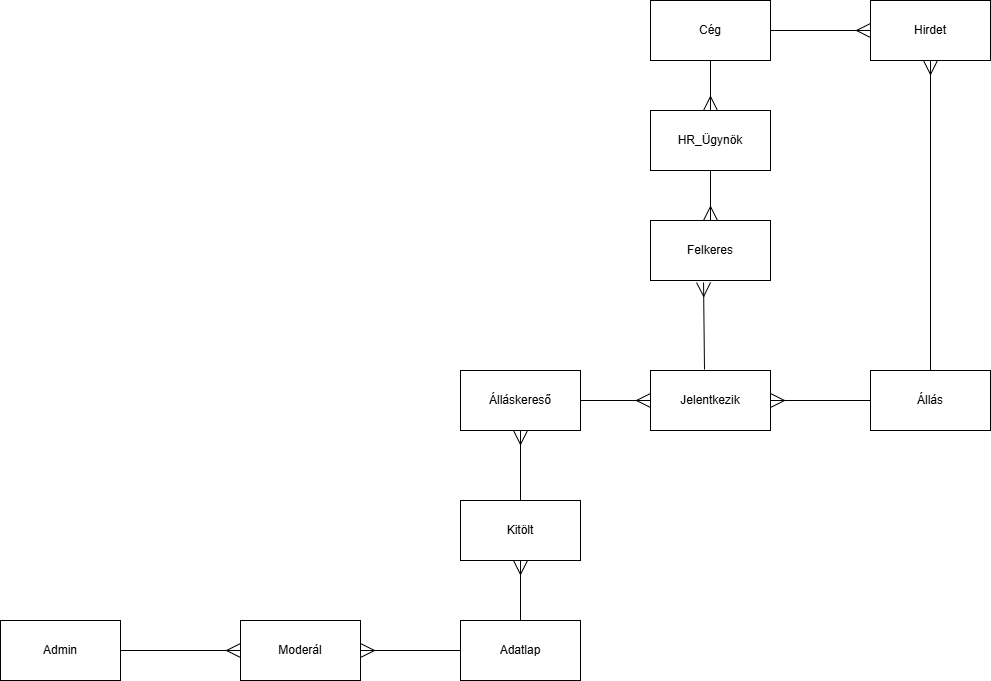
This is 01_merfoldko/egyedmodel.png from SchHubaZeteny/Adatbazis_Alapu_Projekt, a draw.io export, as it was before one commit. Source tidied: cells renumbered, new cells last; positions are measured from the earlier drawing's top-left corner, leaving out a move shared by most shapes.
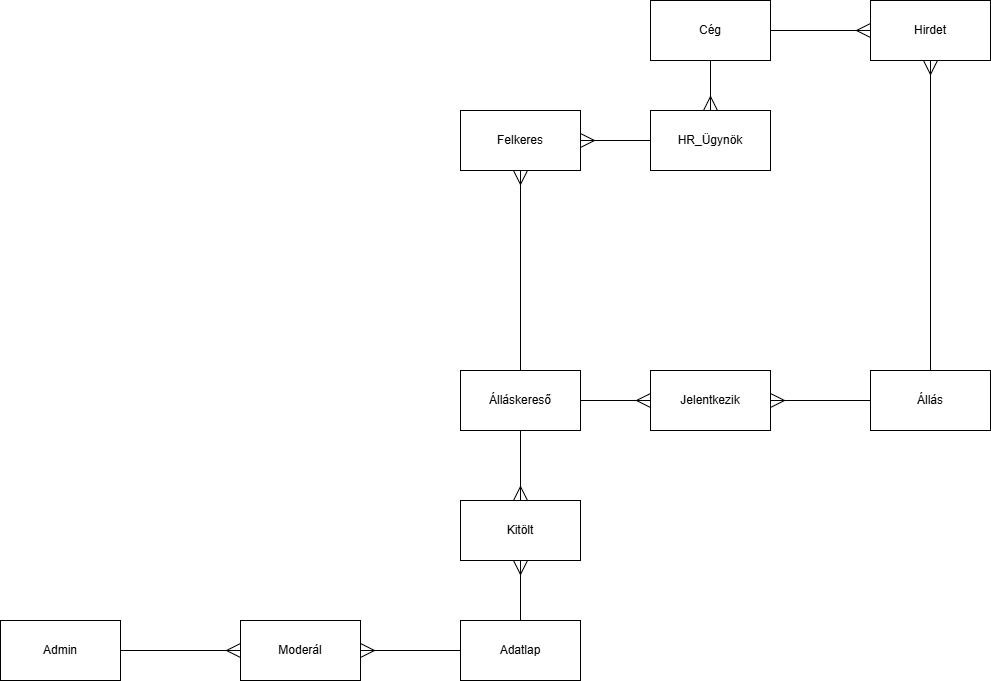
Above is the later version.

What changed in the source:
```diff
@@ -38,9 +38,9 @@
     <mxCell id="13" value="Moderál" style="rounded=0;whiteSpace=wrap;html=1;" parent="1" vertex="1">
       <mxGeometry x="240" y="620" width="120" height="60" as="geometry" />
     </mxCell>
-    <mxCell id="14" style="endArrow=none;html=1;rounded=0;startArrow=ERmany;startFill=0;exitX=0.5;exitY=1;exitDx=0;exitDy=0;entryX=0.5;entryY=0;entryDx=0;entryDy=0;endSize=12;startSize=12;" parent="1" edge="1" source="2" target="16">
-      <mxGeometry relative="1" as="geometry" />
-    </mxCell>
+    <mxCell id="24" style="endArrow=none;html=1;rounded=0;startArrow=ERmany;startFill=0;entryX=0.5;entryY=1;entryDx=0;entryDy=0;endSize=12;startSize=12;exitX=0.5;exitY=0;exitDx=0;exitDy=0;" parent="1" edge="1" source="16" target="2">
+      <mxGeometry relative="1" as="geometry" />
+    </mxCell>
     <mxCell id="15" value="Hirdet" style="rounded=0;whiteSpace=wrap;html=1;" parent="1" vertex="1">
       <mxGeometry x="870" width="120" height="60" as="geometry" />
     </mxCell>
@@ -60,13 +60,13 @@
       <mxGeometry relative="1" as="geometry" />
     </mxCell>
     <mxCell id="21" value="Felkeres" style="rounded=0;whiteSpace=wrap;html=1;" parent="1" vertex="1">
-      <mxGeometry x="650" y="220" width="120" height="60" as="geometry" />
+      <mxGeometry x="460" y="110" width="120" height="60" as="geometry" />
     </mxCell>
-    <mxCell id="22" style="endArrow=none;html=1;rounded=0;startArrow=ERmany;startFill=0;entryX=0.5;entryY=1;entryDx=0;entryDy=0;endSize=12;startSize=12;exitX=0.5;exitY=0;exitDx=0;exitDy=0;" parent="1" edge="1" source="21" target="12">
+    <mxCell id="22" style="endArrow=none;html=1;rounded=0;startArrow=ERmany;startFill=0;endSize=12;startSize=12;entryX=0;entryY=0.5;entryDx=0;entryDy=0;exitX=1;exitY=0.5;exitDx=0;exitDy=0;" parent="1" edge="1" source="21" target="12">
       <mxGeometry relative="1" as="geometry" />
     </mxCell>
-    <mxCell id="23" style="endArrow=none;html=1;rounded=0;startArrow=ERmany;startFill=0;exitX=0.442;exitY=1.033;exitDx=0;exitDy=0;entryX=0.45;entryY=-0.017;entryDx=0;entryDy=0;endSize=12;startSize=12;exitPerimeter=0;entryPerimeter=0;" parent="1" edge="1" source="21" target="4">
-      <mxGeometry relative="1" as="geometry" />
-    </mxCell>
+    <mxCell id="25" style="endArrow=none;html=1;rounded=0;startArrow=ERmany;startFill=0;entryX=0.5;entryY=0;entryDx=0;entryDy=0;endSize=12;startSize=12;exitX=0.5;exitY=1;exitDx=0;exitDy=0;" parent="1" edge="1" source="21" target="2">
+      <mxGeometry relative="1" as="geometry" />
+    </mxCell>
   </root>
 </mxGraphModel>
```
